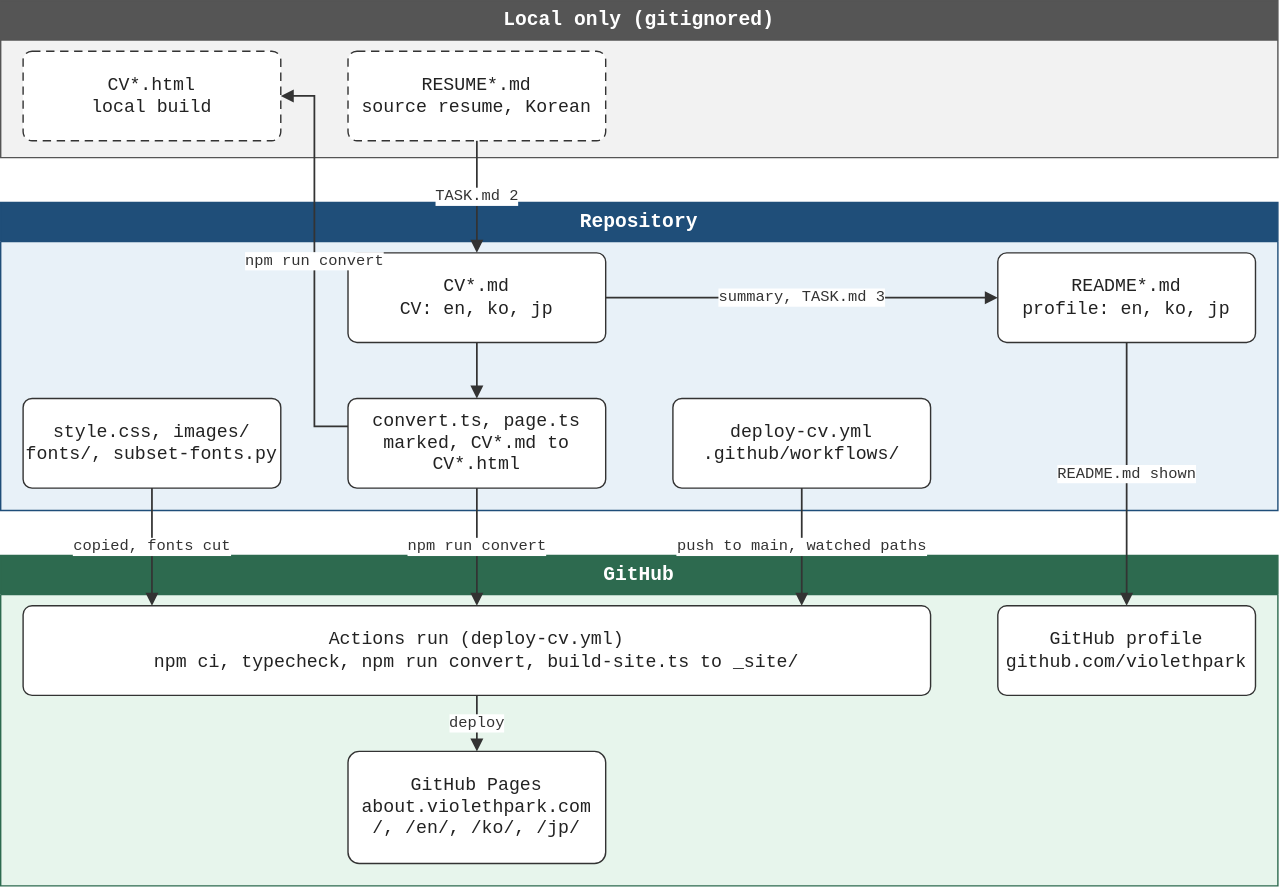
This is diagrams/repo-structure.drawio.svg from violethpark/violethpark, a draw.io export, as it was before one commit. Source tidied: cells renumbered, new cells last; positions are measured from the earlier drawing's top-left corner, leaving out a move shared by most shapes.
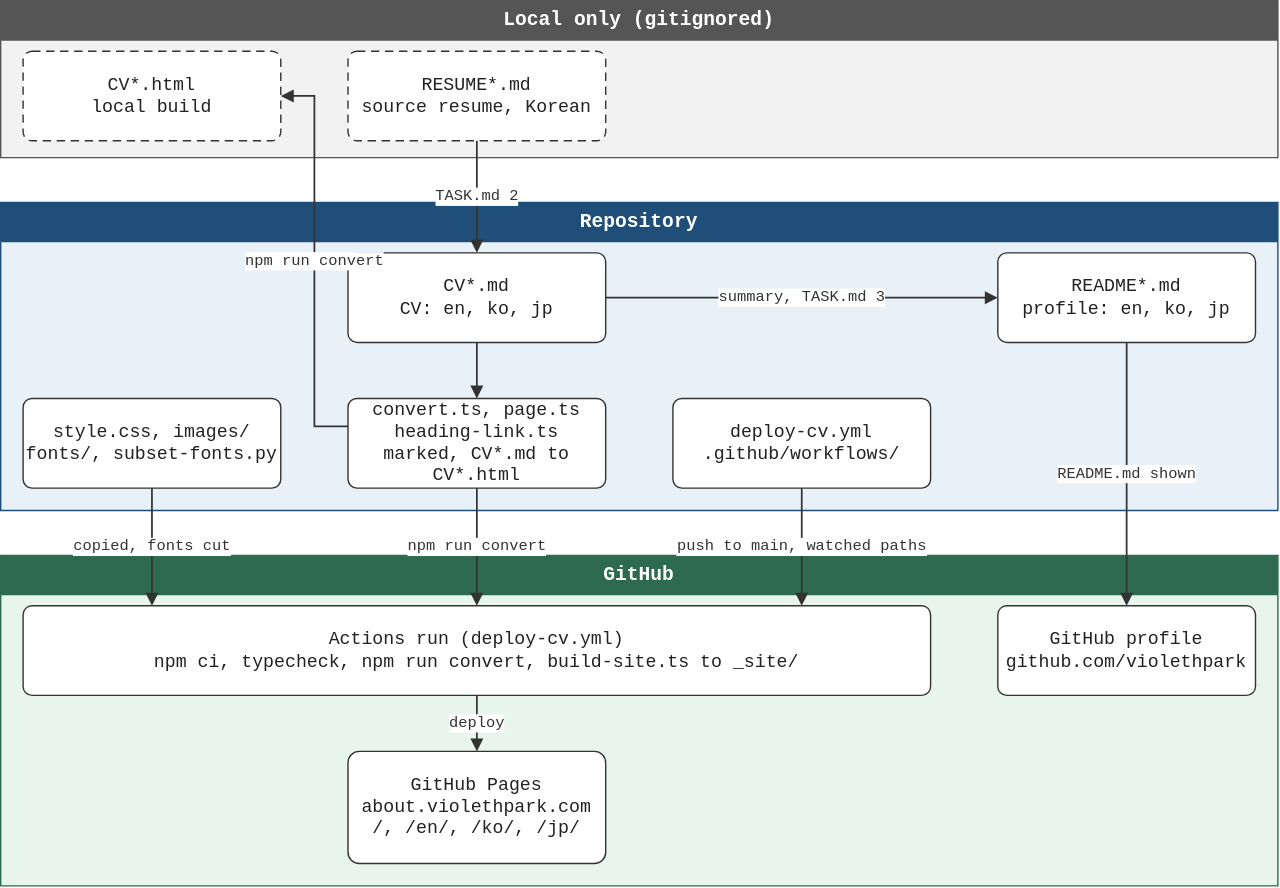
Above is the later version.

Commit message:
ci: heading-link.ts가 바뀌어도 사이트를 다시 배포한다 (#22)

Change to the diagram source:
```diff
@@ -23,7 +23,7 @@
     <mxCell id="8" value="style.css, images/&#10;fonts/, subset-fonts.py" style="rounded=1;whiteSpace=wrap;html=1;align=center;verticalAlign=middle;fontSize=13;fontFamily=Sarasa Mono Slab J,Sarasa Mono Slab K,monospace;fontColor=light-dark(#222222,#F5F5F5);fillColor=light-dark(#FFFFFF,#000000);strokeColor=light-dark(#333333,#F0F0F0);arcSize=10;" parent="5" vertex="1">
       <mxGeometry x="16" y="140" width="184" height="64" as="geometry" />
     </mxCell>
-    <mxCell id="9" value="convert.ts, page.ts&#10;marked, CV*.md to CV*.html" style="rounded=1;whiteSpace=wrap;html=1;align=center;verticalAlign=middle;fontSize=13;fontFamily=Sarasa Mono Slab J,Sarasa Mono Slab K,monospace;fontColor=light-dark(#222222,#F5F5F5);fillColor=light-dark(#FFFFFF,#000000);strokeColor=light-dark(#333333,#F0F0F0);arcSize=10;" parent="5" vertex="1">
+    <mxCell id="9" value="convert.ts, page.ts&#10;heading-link.ts&#10;marked, CV*.md to CV*.html" style="rounded=1;whiteSpace=wrap;html=1;align=center;verticalAlign=middle;fontSize=13;fontFamily=Sarasa Mono Slab J,Sarasa Mono Slab K,monospace;fontColor=light-dark(#222222,#F5F5F5);fillColor=light-dark(#FFFFFF,#000000);strokeColor=light-dark(#333333,#F0F0F0);arcSize=10;" parent="5" vertex="1">
       <mxGeometry x="248" y="140" width="184" height="64" as="geometry" />
     </mxCell>
     <mxCell id="10" value="deploy-cv.yml&#10;.github/workflows/" style="rounded=1;whiteSpace=wrap;html=1;align=center;verticalAlign=middle;fontSize=13;fontFamily=Sarasa Mono Slab J,Sarasa Mono Slab K,monospace;fontColor=light-dark(#222222,#F5F5F5);fillColor=light-dark(#FFFFFF,#000000);strokeColor=light-dark(#333333,#F0F0F0);arcSize=10;" parent="5" vertex="1">
```
